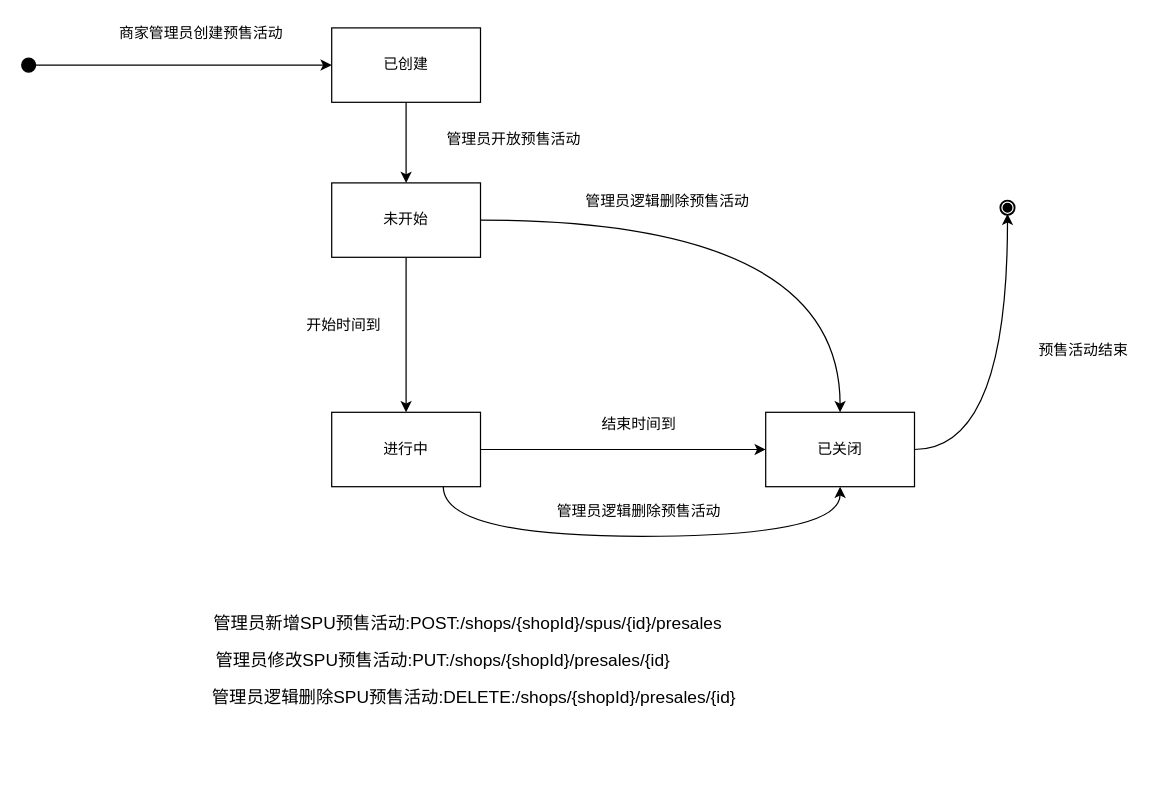
This is OOAD小组作业/商品模块状态设计之预售子模块.drawio from app1echip/grams, a draw.io file, before an edit. Source tidied: cells renumbered, new cells numbered last; positions are measured from the earlier drawing's top-left corner, leaving out a move shared by most shapes. Both pictures are drawn from the tidied source at 124%, with x=0, y=0 at pixel (21, 21).
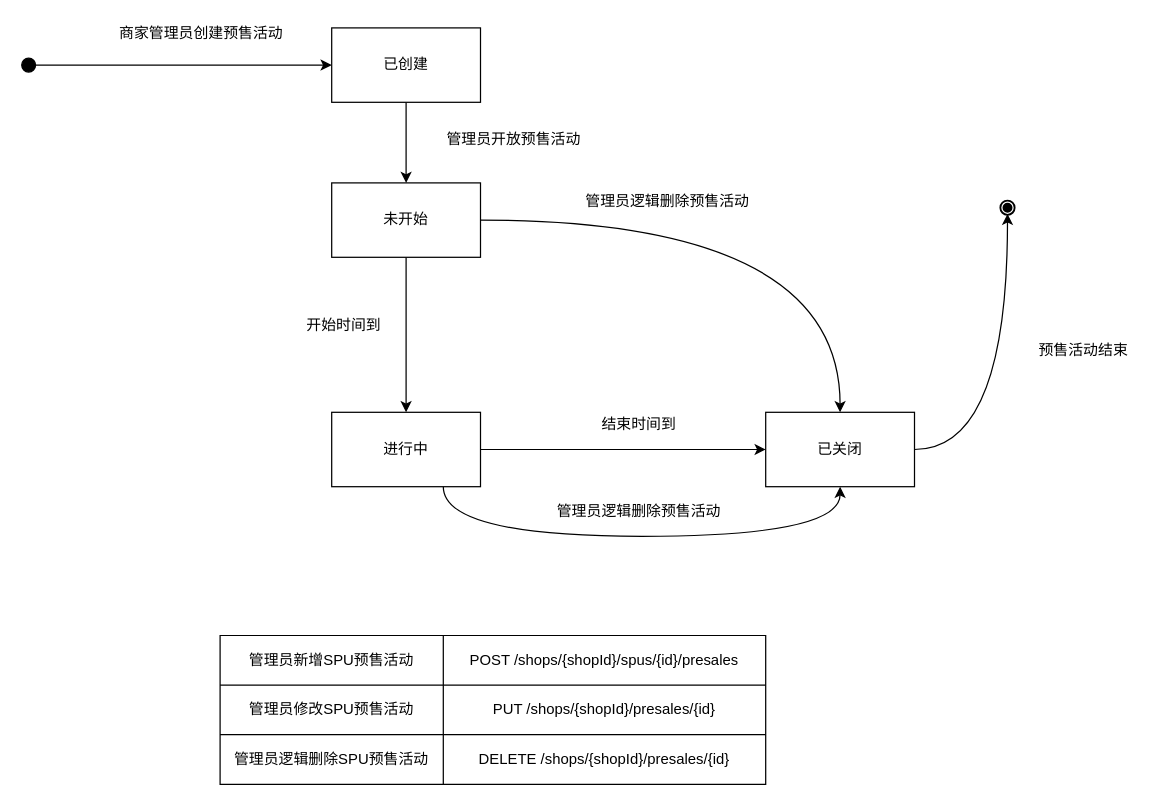
After the change.

Commit message:
Update 商品模块状态设计之预售子模块.drawio

What changed in the source:
```diff
@@
-    <mxCell id="22" value="&lt;font style=&quot;font-size: 14px&quot;&gt;&lt;span&gt;&lt;span&gt;&lt;span class=&quot;opblock-summary-path&quot;&gt;&lt;a class=&quot;nostyle&quot;&gt;&lt;span&gt;&lt;span&gt;&lt;span&gt;管理员新增SPU预售活动:POST:&lt;/span&gt;&lt;/span&gt;/shops/{shopId}/spus/{id}/presales&lt;/span&gt;&lt;/a&gt;&lt;/span&gt;&lt;/span&gt;&lt;/span&gt;&lt;/font&gt;" style="text;html=1;strokeColor=none;fillColor=none;align=center;verticalAlign=middle;whiteSpace=wrap;rounded=0;shadow=0;" parent="1" vertex="1">
-      <mxGeometry x="150" y="475" width="420" height="20" as="geometry" />
-    </mxCell>
-    <mxCell id="23" value="&lt;font style=&quot;font-size: 14px&quot;&gt;&lt;span&gt;&lt;span&gt;管理员修改SPU预售活动:PUT:&lt;/span&gt;&lt;/span&gt;/shops/{shopId}/presales/{id}&lt;/font&gt;" style="text;html=1;strokeColor=none;fillColor=none;align=center;verticalAlign=middle;whiteSpace=wrap;rounded=0;" parent="1" vertex="1">
-      <mxGeometry x="150" y="505" width="380" height="20" as="geometry" />
-    </mxCell>
-    <mxCell id="24" value="&lt;font style=&quot;font-size: 14px&quot;&gt;管理员逻辑删除SPU预售活动:DELETE:/shops/{shopId}/presales/{id}&lt;/font&gt;" style="text;html=1;strokeColor=none;fillColor=none;align=center;verticalAlign=middle;whiteSpace=wrap;rounded=0;shadow=0;" parent="1" vertex="1">
-      <mxGeometry x="150" y="535" width="430" height="20" as="geometry" />
-    </mxCell>
+    <mxCell id="25" style="shape=table;html=1;whiteSpace=wrap;startSize=0;childLayout=tableLayout;" parent="1" vertex="1">
+      <mxGeometry x="160" y="495" width="440" height="120" as="geometry" />
+    </mxCell>
+    <mxCell id="26" style="shape=partialRectangle;html=1;whiteSpace=wrap;fillColor=none;top=0;left=0;bottom=0;right=0;" parent="25" vertex="1">
+      <mxGeometry width="440" height="40" as="geometry" />
+    </mxCell>
+    <mxCell id="27" value="管理员新增SPU预售活动" style="shape=partialRectangle;html=1;whiteSpace=wrap;overflow=hidden;fillColor=none;top=0;left=0;bottom=0;right=0;" parent="26" vertex="1">
+      <mxGeometry width="180" height="40" as="geometry" />
+    </mxCell>
+    <mxCell id="28" value="POST /shops/{shopId}/spus/{id}/presales" style="shape=partialRectangle;html=1;whiteSpace=wrap;overflow=hidden;fillColor=none;top=0;left=0;bottom=0;right=0;" parent="26" vertex="1">
+      <mxGeometry x="180" width="260" height="40" as="geometry" />
+    </mxCell>
+    <mxCell id="29" style="shape=partialRectangle;html=1;whiteSpace=wrap;fillColor=none;top=0;left=0;bottom=0;right=0;" parent="25" vertex="1">
+      <mxGeometry y="40" width="440" height="40" as="geometry" />
+    </mxCell>
+    <mxCell id="30" value="管理员修改SPU预售活动" style="shape=partialRectangle;html=1;whiteSpace=wrap;overflow=hidden;fillColor=none;top=0;left=0;bottom=0;right=0;" parent="29" vertex="1">
+      <mxGeometry width="180" height="40" as="geometry" />
+    </mxCell>
+    <mxCell id="31" value="PUT /shops/{shopId}/presales/{id}" style="shape=partialRectangle;html=1;whiteSpace=wrap;overflow=hidden;fillColor=none;top=0;left=0;bottom=0;right=0;" parent="29" vertex="1">
+      <mxGeometry x="180" width="260" height="40" as="geometry" />
+    </mxCell>
+    <mxCell id="32" style="shape=partialRectangle;html=1;whiteSpace=wrap;fillColor=none;top=0;left=0;bottom=0;right=0;" parent="25" vertex="1">
+      <mxGeometry y="80" width="440" height="40" as="geometry" />
+    </mxCell>
+    <mxCell id="33" value="管理员逻辑删除SPU预售活动" style="shape=partialRectangle;html=1;whiteSpace=wrap;overflow=hidden;fillColor=none;top=0;left=0;bottom=0;right=0;" parent="32" vertex="1">
+      <mxGeometry width="180" height="40" as="geometry" />
+    </mxCell>
+    <mxCell id="34" value="DELETE /shops/{shopId}/presales/{id}" style="shape=partialRectangle;html=1;whiteSpace=wrap;overflow=hidden;fillColor=none;top=0;left=0;bottom=0;right=0;" parent="32" vertex="1">
+      <mxGeometry x="180" width="260" height="40" as="geometry" />
+    </mxCell>
```
